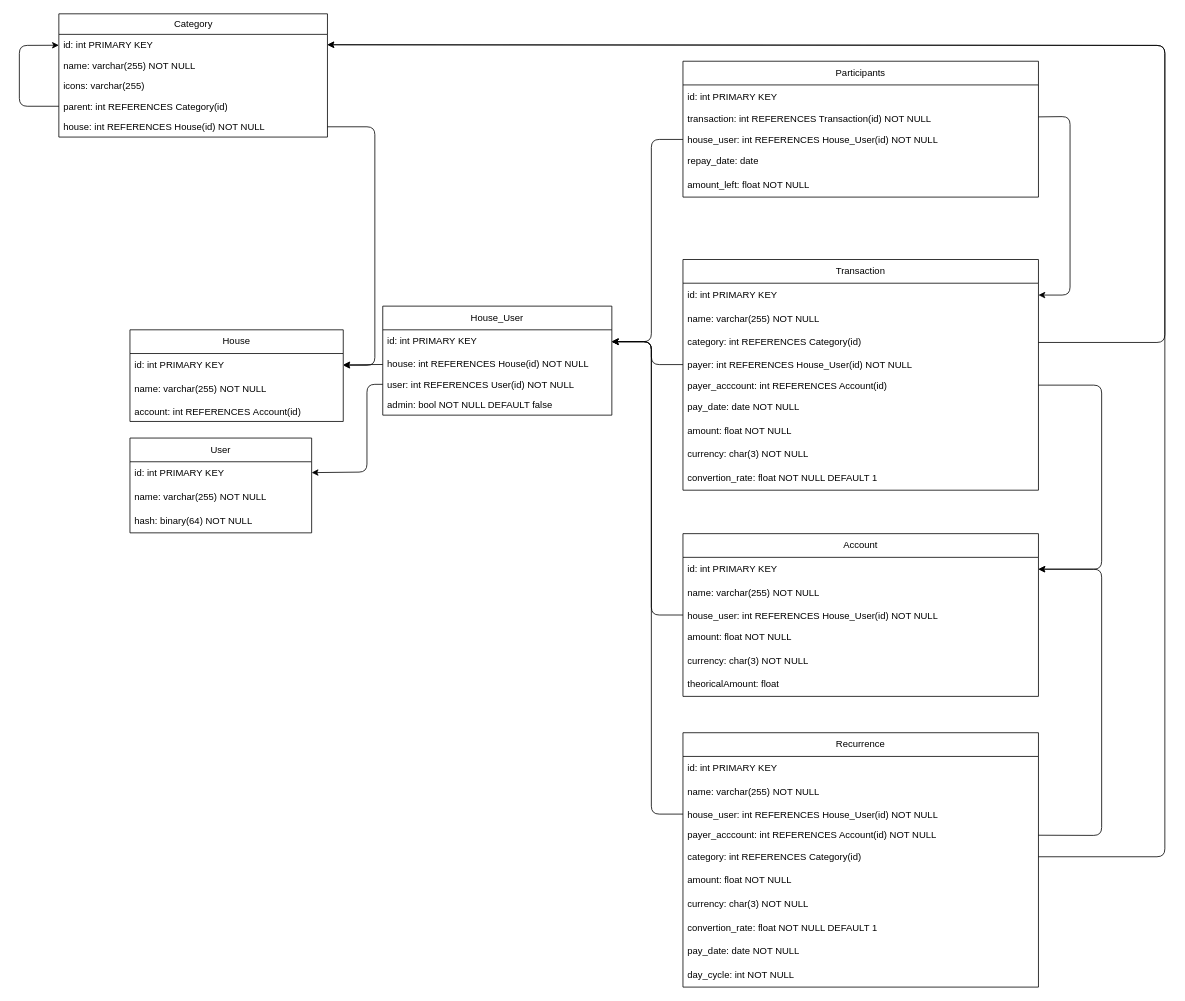
Above: docs/tables.drawio in Rombond/budgestify (draw.io), before the change. Source tidied: cells renumbered, new cells numbered last; positions are measured from the earlier drawing's top-left corner, leaving out a move shared by most shapes. Both pictures are drawn from the tidied source at 79%, with x=0, y=0 at pixel (19, 13).
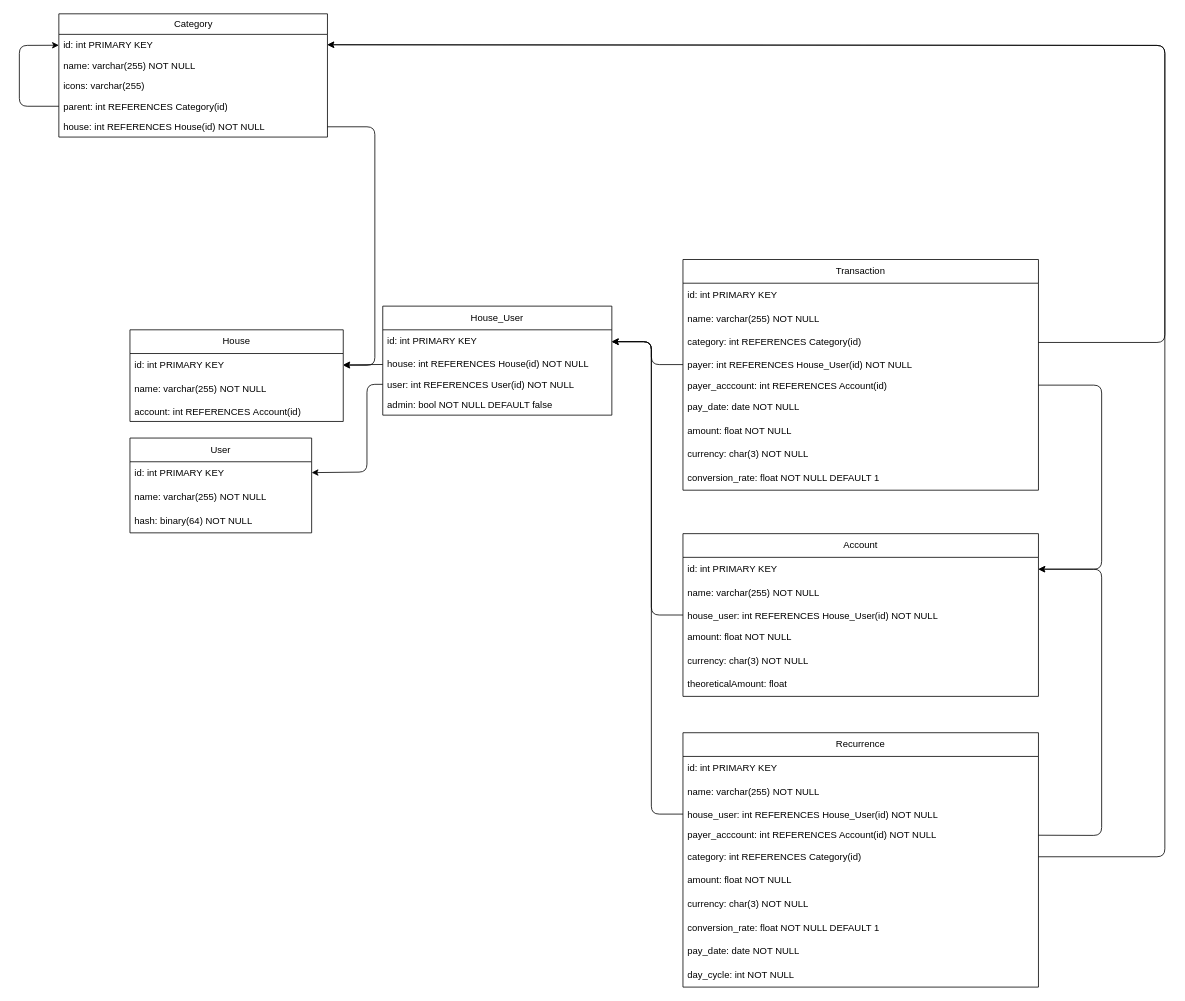
The same page after the edit.

Unchanged cells that the change refers to:
```xml
<mxCell id="18" value="id: int PRIMARY KEY" style="text;strokeColor=none;fillColor=none;align=left;verticalAlign=middle;spacingLeft=4;spacingRight=4;overflow=hidden;points=[[0,0.5],[1,0.5]];portConstraint=eastwest;whiteSpace=wrap;html=1;" parent="17" vertex="1">
  <mxGeometry y="30" width="290" height="30" as="geometry" />
</mxCell>
<mxCell id="24" value="Transaction" style="swimlane;fontStyle=0;horizontal=1;startSize=30;whiteSpace=wrap;html=1;" parent="1" vertex="1">
  <mxGeometry x="840" y="311" width="450" height="292" as="geometry" />
</mxCell>
<mxCell id="25" value="id: int PRIMARY KEY" style="text;strokeColor=none;fillColor=none;align=left;verticalAlign=middle;spacingLeft=4;spacingRight=4;overflow=hidden;points=[[0,0.5],[1,0.5]];portConstraint=eastwest;whiteSpace=wrap;html=1;" parent="24" vertex="1">
  <mxGeometry y="30" width="450" height="30" as="geometry" />
</mxCell>
<mxCell id="42" value="Account" style="swimlane;fontStyle=0;horizontal=1;startSize=30;whiteSpace=wrap;html=1;" parent="1" vertex="1">
  <mxGeometry x="840" y="658" width="450" height="206" as="geometry" />
</mxCell>
<mxCell id="53" value="Recurrence" style="swimlane;fontStyle=0;horizontal=1;startSize=30;whiteSpace=wrap;html=1;" parent="1" vertex="1">
  <mxGeometry x="840" y="910" width="450" height="322" as="geometry" />
</mxCell>
```

The edit, as a diff of the source:
```diff
@@
-    <mxCell id="33" value="convertion_rate: float NOT NULL DEFAULT 1" style="text;strokeColor=none;fillColor=none;align=left;verticalAlign=middle;spacingLeft=4;spacingRight=4;overflow=hidden;whiteSpace=wrap;html=1;" parent="24" vertex="1">
+    <mxCell id="33" value="conversion_rate: float NOT NULL DEFAULT 1" style="text;strokeColor=none;fillColor=none;align=left;verticalAlign=middle;spacingLeft=4;spacingRight=4;overflow=hidden;whiteSpace=wrap;html=1;" parent="24" vertex="1">
       <mxGeometry y="262" width="450" height="30" as="geometry" />
     </mxCell>
@@
-    <mxCell id="35" value="Participants" style="swimlane;fontStyle=0;horizontal=1;startSize=30;whiteSpace=wrap;html=1;" parent="1" vertex="1">
-      <mxGeometry x="840" y="60" width="450" height="172" as="geometry" />
-    </mxCell>
-    <mxCell id="36" value="id: int PRIMARY KEY" style="text;strokeColor=none;fillColor=none;align=left;verticalAlign=middle;spacingLeft=4;spacingRight=4;overflow=hidden;whiteSpace=wrap;html=1;" parent="35" vertex="1">
-      <mxGeometry y="30" width="450" height="30" as="geometry" />
-    </mxCell>
-    <mxCell id="37" value="transaction: int REFERENCES Transaction(id) NOT NULL" style="text;strokeColor=none;fillColor=none;align=left;verticalAlign=top;spacingLeft=4;spacingRight=4;overflow=hidden;points=[[0,0.5],[1,0.5]];portConstraint=eastwest;whiteSpace=wrap;html=1;" parent="35" vertex="1">
-      <mxGeometry y="60" width="450" height="26" as="geometry" />
-    </mxCell>
-    <mxCell id="38" value="house_user: int REFERENCES House_User(id) NOT NULL" style="text;strokeColor=none;fillColor=none;align=left;verticalAlign=top;spacingLeft=4;spacingRight=4;overflow=hidden;points=[[0,0.5],[1,0.5]];portConstraint=eastwest;whiteSpace=wrap;html=1;" parent="35" vertex="1">
-      <mxGeometry y="86" width="450" height="26" as="geometry" />
-    </mxCell>
-    <mxCell id="39" value="repay_date: date" style="text;strokeColor=none;fillColor=none;align=left;verticalAlign=middle;spacingLeft=4;spacingRight=4;overflow=hidden;whiteSpace=wrap;html=1;" parent="35" vertex="1">
-      <mxGeometry y="112" width="450" height="30" as="geometry" />
-    </mxCell>
-    <mxCell id="40" value="amount_left: float NOT NULL" style="text;strokeColor=none;fillColor=none;align=left;verticalAlign=middle;spacingLeft=4;spacingRight=4;overflow=hidden;whiteSpace=wrap;html=1;" parent="35" vertex="1">
-      <mxGeometry y="142" width="450" height="30" as="geometry" />
-    </mxCell>
-    <mxCell id="41" style="endArrow=classic;html=1;" parent="1" edge="1" source="37" target="25">
-      <mxGeometry relative="1" as="geometry">
-        <Array as="points">
-          <mxPoint x="1330" y="130" />
-          <mxPoint x="1330" y="356" />
-        </Array>
-      </mxGeometry>
-    </mxCell>
@@
-    <mxCell id="48" value="theoricalAmount: float" style="text;strokeColor=none;fillColor=none;align=left;verticalAlign=middle;spacingLeft=4;spacingRight=4;overflow=hidden;whiteSpace=wrap;html=1;" parent="42" vertex="1">
+    <mxCell id="48" value="theoreticalAmount: float" style="text;strokeColor=none;fillColor=none;align=left;verticalAlign=middle;spacingLeft=4;spacingRight=4;overflow=hidden;whiteSpace=wrap;html=1;" parent="42" vertex="1">
       <mxGeometry y="176" width="450" height="30" as="geometry" />
     </mxCell>
@@
-    <mxCell id="51" style="endArrow=classic;html=1;" parent="1" edge="1" source="38" target="18">
-      <mxGeometry relative="1" as="geometry">
-        <Array as="points">
-          <mxPoint x="800" y="159" />
-          <mxPoint x="800" y="415" />
-        </Array>
-      </mxGeometry>
-    </mxCell>
@@
-    <mxCell id="61" value="convertion_rate: float NOT NULL DEFAULT 1" style="text;strokeColor=none;fillColor=none;align=left;verticalAlign=middle;spacingLeft=4;spacingRight=4;overflow=hidden;whiteSpace=wrap;html=1;" parent="53" vertex="1">
+    <mxCell id="61" value="conversion_rate: float NOT NULL DEFAULT 1" style="text;strokeColor=none;fillColor=none;align=left;verticalAlign=middle;spacingLeft=4;spacingRight=4;overflow=hidden;whiteSpace=wrap;html=1;" parent="53" vertex="1">
       <mxGeometry y="232" width="450" height="30" as="geometry" />
     </mxCell>
```
